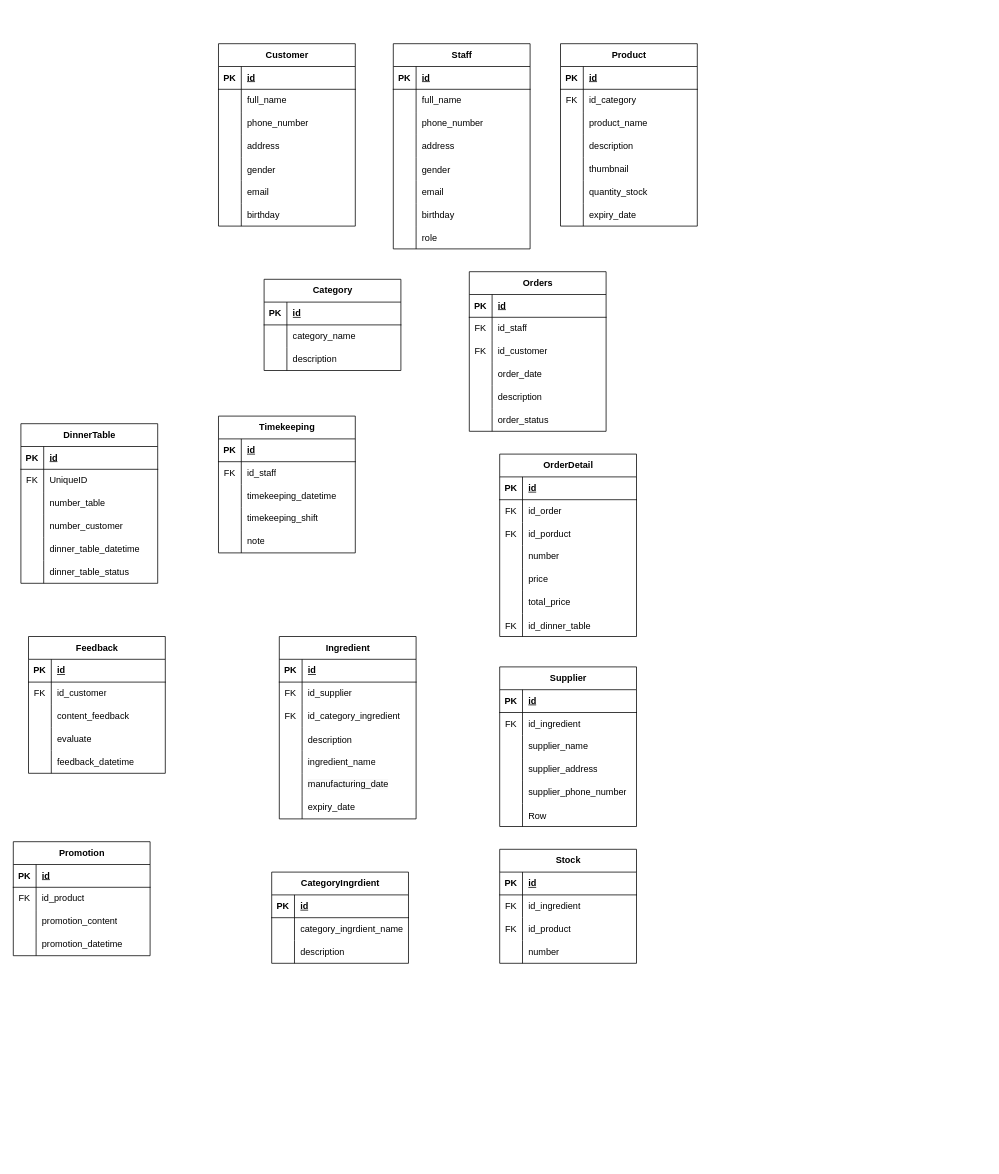
Anhcoder2005/shopcoffee keeps this draw.io diagram as ShopCoffee.drawio. Above is the earlier version. Source tidied: cells renumbered, new cells numbered last; positions are measured from the earlier drawing's top-left corner, leaving out a move shared by most shapes. Both pictures are drawn from the tidied source at 76%, with x=0, y=0 at pixel (13, 43).
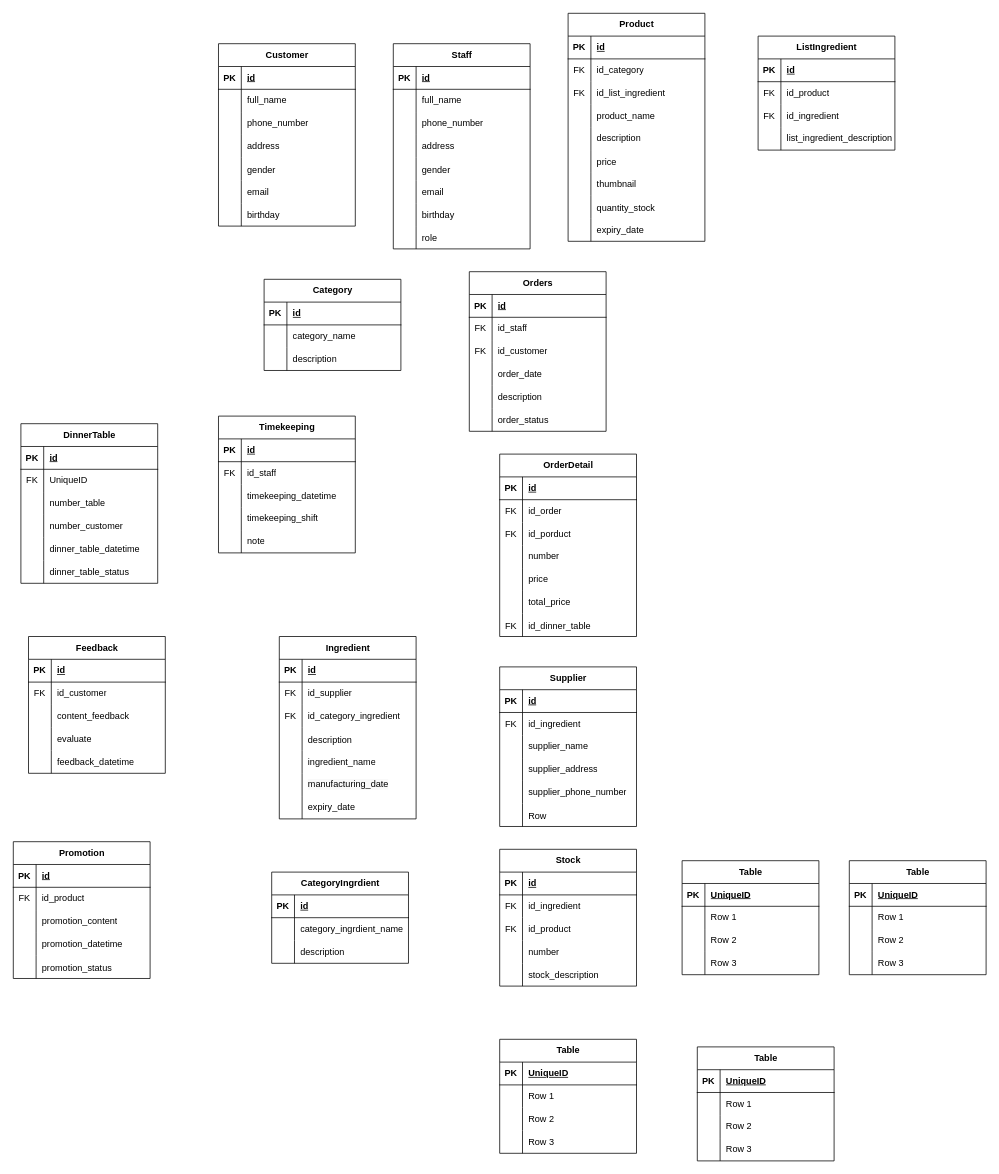
Above is the later version.

What changed in the source:
```diff
@@
     <mxCell id="49" value="Product" style="shape=table;startSize=30;childLayout=tableLayout;rowLines=0;fontStyle=1;align=center;html=1;" parent="1" vertex="1">
-      <mxGeometry x="720" width="180" height="240" as="geometry" />
+      <mxGeometry x="730" y="-40" width="180" height="300" as="geometry" />
     </mxCell>
@@
+    <mxCell id="250" style="shape=tableRow;horizontal=0;startSize=0;swimlaneHead=0;swimlaneBody=0;fillColor=none;top=0;left=0;right=0;bottom=0;" parent="49" vertex="1">
+      <mxGeometry y="90" width="180" height="30" as="geometry" />
+    </mxCell>
+    <mxCell id="251" value="FK" style="shape=partialRectangle;fillColor=none;top=0;left=0;bottom=0;right=0;fontStyle=0;overflow=hidden;whiteSpace=wrap;html=1;" parent="250" vertex="1">
+      <mxGeometry width="30" height="30" as="geometry" />
+    </mxCell>
+    <mxCell id="252" value="id_list_ingredient" style="shape=partialRectangle;fillColor=none;top=0;left=0;bottom=0;right=0;align=left;spacingLeft=6;fontStyle=0;overflow=hidden;whiteSpace=wrap;html=1;" parent="250" vertex="1">
+      <mxGeometry x="30" width="150" height="30" as="geometry" />
+    </mxCell>
     <mxCell id="56" style="shape=tableRow;horizontal=0;startSize=0;swimlaneHead=0;swimlaneBody=0;fillColor=none;top=0;left=0;right=0;bottom=0;" parent="49" vertex="1">
-      <mxGeometry y="90" width="180" height="30" as="geometry" />
+      <mxGeometry y="120" width="180" height="30" as="geometry" />
     </mxCell>
@@
     <mxCell id="59" style="shape=tableRow;horizontal=0;startSize=0;swimlaneHead=0;swimlaneBody=0;fillColor=none;top=0;left=0;right=0;bottom=0;" parent="49" vertex="1">
-      <mxGeometry y="120" width="180" height="30" as="geometry" />
+      <mxGeometry y="150" width="180" height="30" as="geometry" />
     </mxCell>
@@
+    <mxCell id="253" style="shape=tableRow;horizontal=0;startSize=0;swimlaneHead=0;swimlaneBody=0;fillColor=none;top=0;left=0;right=0;bottom=0;" parent="49" vertex="1">
+      <mxGeometry y="180" width="180" height="30" as="geometry" />
+    </mxCell>
+    <mxCell id="254" style="shape=partialRectangle;fillColor=none;top=0;left=0;bottom=0;right=0;overflow=hidden;" parent="253" vertex="1">
+      <mxGeometry width="30" height="30" as="geometry" />
+    </mxCell>
+    <mxCell id="255" value="price" style="shape=partialRectangle;fillColor=none;top=0;left=0;bottom=0;right=0;align=left;spacingLeft=6;overflow=hidden;" parent="253" vertex="1">
+      <mxGeometry x="30" width="150" height="30" as="geometry" />
+    </mxCell>
     <mxCell id="62" style="shape=tableRow;horizontal=0;startSize=0;swimlaneHead=0;swimlaneBody=0;fillColor=none;top=0;left=0;right=0;bottom=0;" parent="49" vertex="1">
-      <mxGeometry y="150" width="180" height="30" as="geometry" />
+      <mxGeometry y="210" width="180" height="30" as="geometry" />
     </mxCell>
@@
     <mxCell id="65" style="shape=tableRow;horizontal=0;startSize=0;swimlaneHead=0;swimlaneBody=0;fillColor=none;top=0;left=0;right=0;bottom=0;" parent="49" vertex="1">
-      <mxGeometry y="180" width="180" height="30" as="geometry" />
+      <mxGeometry y="240" width="180" height="30" as="geometry" />
     </mxCell>
@@
     <mxCell id="68" style="shape=tableRow;horizontal=0;startSize=0;swimlaneHead=0;swimlaneBody=0;fillColor=none;top=0;left=0;right=0;bottom=0;" parent="49" vertex="1">
-      <mxGeometry y="210" width="180" height="30" as="geometry" />
+      <mxGeometry y="270" width="180" height="30" as="geometry" />
     </mxCell>
@@
     <mxCell id="173" value="Stock" style="shape=table;startSize=30;childLayout=tableLayout;rowLines=0;fontStyle=1;align=center;html=1;" parent="1" vertex="1">
-      <mxGeometry x="640" y="1060" width="180" height="150" as="geometry" />
+      <mxGeometry x="640" y="1060" width="180" height="180" as="geometry" />
     </mxCell>
@@
+    <mxCell id="256" style="shape=tableRow;horizontal=0;startSize=0;swimlaneHead=0;swimlaneBody=0;fillColor=none;top=0;left=0;right=0;bottom=0;" parent="173" vertex="1">
+      <mxGeometry y="150" width="180" height="30" as="geometry" />
+    </mxCell>
+    <mxCell id="257" style="shape=partialRectangle;fillColor=none;top=0;left=0;bottom=0;right=0;overflow=hidden;" parent="256" vertex="1">
+      <mxGeometry width="30" height="30" as="geometry" />
+    </mxCell>
+    <mxCell id="258" value="stock_description" style="shape=partialRectangle;fillColor=none;top=0;left=0;bottom=0;right=0;align=left;spacingLeft=6;overflow=hidden;" parent="256" vertex="1">
+      <mxGeometry x="30" width="150" height="30" as="geometry" />
+    </mxCell>
@@
     <mxCell id="237" value="Promotion" style="shape=table;startSize=30;childLayout=tableLayout;rowLines=0;fontStyle=1;align=center;html=1;" parent="1" vertex="1">
-      <mxGeometry y="1050" width="180" height="150" as="geometry" />
+      <mxGeometry y="1050" width="180" height="180" as="geometry" />
     </mxCell>
@@
+    <mxCell id="259" style="shape=tableRow;horizontal=0;startSize=0;swimlaneHead=0;swimlaneBody=0;fillColor=none;top=0;left=0;right=0;bottom=0;" parent="237" vertex="1">
+      <mxGeometry y="150" width="180" height="30" as="geometry" />
+    </mxCell>
+    <mxCell id="260" style="shape=partialRectangle;fillColor=none;top=0;left=0;bottom=0;right=0;overflow=hidden;" parent="259" vertex="1">
+      <mxGeometry width="30" height="30" as="geometry" />
+    </mxCell>
+    <mxCell id="261" value="promotion_status" style="shape=partialRectangle;fillColor=none;top=0;left=0;bottom=0;right=0;align=left;spacingLeft=6;overflow=hidden;" parent="259" vertex="1">
+      <mxGeometry x="30" width="150" height="30" as="geometry" />
+    </mxCell>
+    <mxCell id="262" value="Table" style="shape=table;startSize=30;childLayout=tableLayout;rowLines=0;fontStyle=1;align=center;html=1;" parent="1" vertex="1">
+      <mxGeometry x="880" y="1075" width="180" height="150" as="geometry" />
+    </mxCell>
+    <mxCell id="263" style="shape=tableRow;horizontal=0;startSize=0;swimlaneHead=0;swimlaneBody=0;fillColor=none;top=0;left=0;right=0;bottom=1;" parent="262" vertex="1">
+      <mxGeometry y="30" width="180" height="30" as="geometry" />
+    </mxCell>
+    <mxCell id="264" value="PK" style="shape=partialRectangle;fillColor=none;top=0;left=0;bottom=0;right=0;fontStyle=1;overflow=hidden;whiteSpace=wrap;html=1;" parent="263" vertex="1">
+      <mxGeometry width="30" height="30" as="geometry" />
+    </mxCell>
+    <mxCell id="265" value="UniqueID" style="shape=partialRectangle;fillColor=none;top=0;left=0;bottom=0;right=0;align=left;spacingLeft=6;fontStyle=5;overflow=hidden;whiteSpace=wrap;html=1;" parent="263" vertex="1">
+      <mxGeometry x="30" width="150" height="30" as="geometry" />
+    </mxCell>
+    <mxCell id="266" style="shape=tableRow;horizontal=0;startSize=0;swimlaneHead=0;swimlaneBody=0;fillColor=none;top=0;left=0;right=0;bottom=0;" parent="262" vertex="1">
+      <mxGeometry y="60" width="180" height="30" as="geometry" />
+    </mxCell>
+    <mxCell id="267" style="shape=partialRectangle;fillColor=none;top=0;left=0;bottom=0;right=0;overflow=hidden;whiteSpace=wrap;html=1;" parent="266" vertex="1">
+      <mxGeometry width="30" height="30" as="geometry" />
+    </mxCell>
+    <mxCell id="268" value="Row 1" style="shape=partialRectangle;fillColor=none;top=0;left=0;bottom=0;right=0;align=left;spacingLeft=6;overflow=hidden;whiteSpace=wrap;html=1;" parent="266" vertex="1">
+      <mxGeometry x="30" width="150" height="30" as="geometry" />
+    </mxCell>
+    <mxCell id="269" style="shape=tableRow;horizontal=0;startSize=0;swimlaneHead=0;swimlaneBody=0;fillColor=none;top=0;left=0;right=0;bottom=0;" parent="262" vertex="1">
+      <mxGeometry y="90" width="180" height="30" as="geometry" />
+    </mxCell>
+    <mxCell id="270" style="shape=partialRectangle;fillColor=none;top=0;left=0;bottom=0;right=0;overflow=hidden;whiteSpace=wrap;html=1;" parent="269" vertex="1">
+      <mxGeometry width="30" height="30" as="geometry" />
+    </mxCell>
+    <mxCell id="271" value="Row 2" style="shape=partialRectangle;fillColor=none;top=0;left=0;bottom=0;right=0;align=left;spacingLeft=6;overflow=hidden;whiteSpace=wrap;html=1;" parent="269" vertex="1">
+      <mxGeometry x="30" width="150" height="30" as="geometry" />
+    </mxCell>
+    <mxCell id="272" style="shape=tableRow;horizontal=0;startSize=0;swimlaneHead=0;swimlaneBody=0;fillColor=none;top=0;left=0;right=0;bottom=0;" parent="262" vertex="1">
+      <mxGeometry y="120" width="180" height="30" as="geometry" />
+    </mxCell>
+    <mxCell id="273" style="shape=partialRectangle;fillColor=none;top=0;left=0;bottom=0;right=0;overflow=hidden;whiteSpace=wrap;html=1;" parent="272" vertex="1">
+      <mxGeometry width="30" height="30" as="geometry" />
+    </mxCell>
+    <mxCell id="274" value="Row 3" style="shape=partialRectangle;fillColor=none;top=0;left=0;bottom=0;right=0;align=left;spacingLeft=6;overflow=hidden;whiteSpace=wrap;html=1;" parent="272" vertex="1">
+      <mxGeometry x="30" width="150" height="30" as="geometry" />
+    </mxCell>
+    <mxCell id="275" value="Table" style="shape=table;startSize=30;childLayout=tableLayout;rowLines=0;fontStyle=1;align=center;html=1;" parent="1" vertex="1">
+      <mxGeometry x="640" y="1310" width="180" height="150" as="geometry" />
+    </mxCell>
+    <mxCell id="276" style="shape=tableRow;horizontal=0;startSize=0;swimlaneHead=0;swimlaneBody=0;fillColor=none;top=0;left=0;right=0;bottom=1;" parent="275" vertex="1">
+      <mxGeometry y="30" width="180" height="30" as="geometry" />
+    </mxCell>
+    <mxCell id="277" value="PK" style="shape=partialRectangle;fillColor=none;top=0;left=0;bottom=0;right=0;fontStyle=1;overflow=hidden;whiteSpace=wrap;html=1;" parent="276" vertex="1">
+      <mxGeometry width="30" height="30" as="geometry" />
+    </mxCell>
+    <mxCell id="278" value="UniqueID" style="shape=partialRectangle;fillColor=none;top=0;left=0;bottom=0;right=0;align=left;spacingLeft=6;fontStyle=5;overflow=hidden;whiteSpace=wrap;html=1;" parent="276" vertex="1">
+      <mxGeometry x="30" width="150" height="30" as="geometry" />
+    </mxCell>
+    <mxCell id="279" style="shape=tableRow;horizontal=0;startSize=0;swimlaneHead=0;swimlaneBody=0;fillColor=none;top=0;left=0;right=0;bottom=0;" parent="275" vertex="1">
+      <mxGeometry y="60" width="180" height="30" as="geometry" />
+    </mxCell>
+    <mxCell id="280" style="shape=partialRectangle;fillColor=none;top=0;left=0;bottom=0;right=0;overflow=hidden;whiteSpace=wrap;html=1;" parent="279" vertex="1">
+      <mxGeometry width="30" height="30" as="geometry" />
+    </mxCell>
+    <mxCell id="281" value="Row 1" style="shape=partialRectangle;fillColor=none;top=0;left=0;bottom=0;right=0;align=left;spacingLeft=6;overflow=hidden;whiteSpace=wrap;html=1;" parent="279" vertex="1">
+      <mxGeometry x="30" width="150" height="30" as="geometry" />
+    </mxCell>
+    <mxCell id="282" style="shape=tableRow;horizontal=0;startSize=0;swimlaneHead=0;swimlaneBody=0;fillColor=none;top=0;left=0;right=0;bottom=0;" parent="275" vertex="1">
+      <mxGeometry y="90" width="180" height="30" as="geometry" />
+    </mxCell>
+    <mxCell id="283" style="shape=partialRectangle;fillColor=none;top=0;left=0;bottom=0;right=0;overflow=hidden;whiteSpace=wrap;html=1;" parent="282" vertex="1">
+      <mxGeometry width="30" height="30" as="geometry" />
+    </mxCell>
+    <mxCell id="284" value="Row 2" style="shape=partialRectangle;fillColor=none;top=0;left=0;bottom=0;right=0;align=left;spacingLeft=6;overflow=hidden;whiteSpace=wrap;html=1;" parent="282" vertex="1">
+      <mxGeometry x="30" width="150" height="30" as="geometry" />
+    </mxCell>
+    <mxCell id="285" style="shape=tableRow;horizontal=0;startSize=0;swimlaneHead=0;swimlaneBody=0;fillColor=none;top=0;left=0;right=0;bottom=0;" parent="275" vertex="1">
+      <mxGeometry y="120" width="180" height="30" as="geometry" />
+    </mxCell>
+    <mxCell id="286" style="shape=partialRectangle;fillColor=none;top=0;left=0;bottom=0;right=0;overflow=hidden;whiteSpace=wrap;html=1;" parent="285" vertex="1">
+      <mxGeometry width="30" height="30" as="geometry" />
+    </mxCell>
+    <mxCell id="287" value="Row 3" style="shape=partialRectangle;fillColor=none;top=0;left=0;bottom=0;right=0;align=left;spacingLeft=6;overflow=hidden;whiteSpace=wrap;html=1;" parent="285" vertex="1">
+      <mxGeometry x="30" width="150" height="30" as="geometry" />
+    </mxCell>
+    <mxCell id="288" value="Table" style="shape=table;startSize=30;childLayout=tableLayout;rowLines=0;fontStyle=1;align=center;html=1;" parent="1" vertex="1">
+      <mxGeometry x="1100" y="1075" width="180" height="150" as="geometry" />
+    </mxCell>
+    <mxCell id="289" style="shape=tableRow;horizontal=0;startSize=0;swimlaneHead=0;swimlaneBody=0;fillColor=none;top=0;left=0;right=0;bottom=1;" parent="288" vertex="1">
+      <mxGeometry y="30" width="180" height="30" as="geometry" />
+    </mxCell>
+    <mxCell id="290" value="PK" style="shape=partialRectangle;fillColor=none;top=0;left=0;bottom=0;right=0;fontStyle=1;overflow=hidden;whiteSpace=wrap;html=1;" parent="289" vertex="1">
+      <mxGeometry width="30" height="30" as="geometry" />
+    </mxCell>
+    <mxCell id="291" value="UniqueID" style="shape=partialRectangle;fillColor=none;top=0;left=0;bottom=0;right=0;align=left;spacingLeft=6;fontStyle=5;overflow=hidden;whiteSpace=wrap;html=1;" parent="289" vertex="1">
+      <mxGeometry x="30" width="150" height="30" as="geometry" />
+    </mxCell>
+    <mxCell id="292" style="shape=tableRow;horizontal=0;startSize=0;swimlaneHead=0;swimlaneBody=0;fillColor=none;top=0;left=0;right=0;bottom=0;" parent="288" vertex="1">
+      <mxGeometry y="60" width="180" height="30" as="geometry" />
+    </mxCell>
+    <mxCell id="293" style="shape=partialRectangle;fillColor=none;top=0;left=0;bottom=0;right=0;overflow=hidden;whiteSpace=wrap;html=1;" parent="292" vertex="1">
+      <mxGeometry width="30" height="30" as="geometry" />
+    </mxCell>
+    <mxCell id="294" value="Row 1" style="shape=partialRectangle;fillColor=none;top=0;left=0;bottom=0;right=0;align=left;spacingLeft=6;overflow=hidden;whiteSpace=wrap;html=1;" parent="292" vertex="1">
+      <mxGeometry x="30" width="150" height="30" as="geometry" />
+    </mxCell>
+    <mxCell id="295" style="shape=tableRow;horizontal=0;startSize=0;swimlaneHead=0;swimlaneBody=0;fillColor=none;top=0;left=0;right=0;bottom=0;" parent="288" vertex="1">
+      <mxGeometry y="90" width="180" height="30" as="geometry" />
+    </mxCell>
+    <mxCell id="296" style="shape=partialRectangle;fillColor=none;top=0;left=0;bottom=0;right=0;overflow=hidden;whiteSpace=wrap;html=1;" parent="295" vertex="1">
+      <mxGeometry width="30" height="30" as="geometry" />
+    </mxCell>
+    <mxCell id="297" value="Row 2" style="shape=partialRectangle;fillColor=none;top=0;left=0;bottom=0;right=0;align=left;spacingLeft=6;overflow=hidden;whiteSpace=wrap;html=1;" parent="295" vertex="1">
+      <mxGeometry x="30" width="150" height="30" as="geometry" />
+    </mxCell>
+    <mxCell id="298" style="shape=tableRow;horizontal=0;startSize=0;swimlaneHead=0;swimlaneBody=0;fillColor=none;top=0;left=0;right=0;bottom=0;" parent="288" vertex="1">
+      <mxGeometry y="120" width="180" height="30" as="geometry" />
+    </mxCell>
+    <mxCell id="299" style="shape=partialRectangle;fillColor=none;top=0;left=0;bottom=0;right=0;overflow=hidden;whiteSpace=wrap;html=1;" parent="298" vertex="1">
+      <mxGeometry width="30" height="30" as="geometry" />
+    </mxCell>
+    <mxCell id="300" value="Row 3" style="shape=partialRectangle;fillColor=none;top=0;left=0;bottom=0;right=0;align=left;spacingLeft=6;overflow=hidden;whiteSpace=wrap;html=1;" parent="298" vertex="1">
+      <mxGeometry x="30" width="150" height="30" as="geometry" />
+    </mxCell>
+    <mxCell id="301" value="Table" style="shape=table;startSize=30;childLayout=tableLayout;rowLines=0;fontStyle=1;align=center;html=1;" parent="1" vertex="1">
+      <mxGeometry x="900" y="1320" width="180" height="150" as="geometry" />
+    </mxCell>
+    <mxCell id="302" style="shape=tableRow;horizontal=0;startSize=0;swimlaneHead=0;swimlaneBody=0;fillColor=none;top=0;left=0;right=0;bottom=1;" parent="301" vertex="1">
+      <mxGeometry y="30" width="180" height="30" as="geometry" />
+    </mxCell>
+    <mxCell id="303" value="PK" style="shape=partialRectangle;fillColor=none;top=0;left=0;bottom=0;right=0;fontStyle=1;overflow=hidden;whiteSpace=wrap;html=1;" parent="302" vertex="1">
+      <mxGeometry width="30" height="30" as="geometry" />
+    </mxCell>
+    <mxCell id="304" value="UniqueID" style="shape=partialRectangle;fillColor=none;top=0;left=0;bottom=0;right=0;align=left;spacingLeft=6;fontStyle=5;overflow=hidden;whiteSpace=wrap;html=1;" parent="302" vertex="1">
+      <mxGeometry x="30" width="150" height="30" as="geometry" />
+    </mxCell>
+    <mxCell id="305" style="shape=tableRow;horizontal=0;startSize=0;swimlaneHead=0;swimlaneBody=0;fillColor=none;top=0;left=0;right=0;bottom=0;" parent="301" vertex="1">
+      <mxGeometry y="60" width="180" height="30" as="geometry" />
+    </mxCell>
+    <mxCell id="306" style="shape=partialRectangle;fillColor=none;top=0;left=0;bottom=0;right=0;overflow=hidden;whiteSpace=wrap;html=1;" parent="305" vertex="1">
+      <mxGeometry width="30" height="30" as="geometry" />
+    </mxCell>
+    <mxCell id="307" value="Row 1" style="shape=partialRectangle;fillColor=none;top=0;left=0;bottom=0;right=0;align=left;spacingLeft=6;overflow=hidden;whiteSpace=wrap;html=1;" parent="305" vertex="1">
+      <mxGeometry x="30" width="150" height="30" as="geometry" />
+    </mxCell>
+    <mxCell id="308" style="shape=tableRow;horizontal=0;startSize=0;swimlaneHead=0;swimlaneBody=0;fillColor=none;top=0;left=0;right=0;bottom=0;" parent="301" vertex="1">
+      <mxGeometry y="90" width="180" height="30" as="geometry" />
+    </mxCell>
+    <mxCell id="309" style="shape=partialRectangle;fillColor=none;top=0;left=0;bottom=0;right=0;overflow=hidden;whiteSpace=wrap;html=1;" parent="308" vertex="1">
+      <mxGeometry width="30" height="30" as="geometry" />
+    </mxCell>
+    <mxCell id="310" value="Row 2" style="shape=partialRectangle;fillColor=none;top=0;left=0;bottom=0;right=0;align=left;spacingLeft=6;overflow=hidden;whiteSpace=wrap;html=1;" parent="308" vertex="1">
+      <mxGeometry x="30" width="150" height="30" as="geometry" />
+    </mxCell>
+    <mxCell id="311" style="shape=tableRow;horizontal=0;startSize=0;swimlaneHead=0;swimlaneBody=0;fillColor=none;top=0;left=0;right=0;bottom=0;" parent="301" vertex="1">
+      <mxGeometry y="120" width="180" height="30" as="geometry" />
+    </mxCell>
+    <mxCell id="312" style="shape=partialRectangle;fillColor=none;top=0;left=0;bottom=0;right=0;overflow=hidden;whiteSpace=wrap;html=1;" parent="311" vertex="1">
+      <mxGeometry width="30" height="30" as="geometry" />
+    </mxCell>
+    <mxCell id="313" value="Row 3" style="shape=partialRectangle;fillColor=none;top=0;left=0;bottom=0;right=0;align=left;spacingLeft=6;overflow=hidden;whiteSpace=wrap;html=1;" parent="311" vertex="1">
+      <mxGeometry x="30" width="150" height="30" as="geometry" />
+    </mxCell>
+    <mxCell id="314" value="ListIngredient" style="shape=table;startSize=30;childLayout=tableLayout;rowLines=0;fontStyle=1;align=center;html=1;" parent="1" vertex="1">
+      <mxGeometry x="980" y="-10" width="180" height="150" as="geometry" />
+    </mxCell>
+    <mxCell id="315" style="shape=tableRow;horizontal=0;startSize=0;swimlaneHead=0;swimlaneBody=0;fillColor=none;top=0;left=0;right=0;bottom=1;" parent="314" vertex="1">
+      <mxGeometry y="30" width="180" height="30" as="geometry" />
+    </mxCell>
+    <mxCell id="316" value="PK" style="shape=partialRectangle;fillColor=none;top=0;left=0;bottom=0;right=0;fontStyle=1;overflow=hidden;whiteSpace=wrap;html=1;" parent="315" vertex="1">
+      <mxGeometry width="30" height="30" as="geometry" />
+    </mxCell>
+    <mxCell id="317" value="id" style="shape=partialRectangle;fillColor=none;top=0;left=0;bottom=0;right=0;align=left;spacingLeft=6;fontStyle=5;overflow=hidden;whiteSpace=wrap;html=1;" parent="315" vertex="1">
+      <mxGeometry x="30" width="150" height="30" as="geometry" />
+    </mxCell>
+    <mxCell id="318" style="shape=tableRow;horizontal=0;startSize=0;swimlaneHead=0;swimlaneBody=0;fillColor=none;top=0;left=0;right=0;bottom=0;" parent="314" vertex="1">
+      <mxGeometry y="60" width="180" height="30" as="geometry" />
+    </mxCell>
+    <mxCell id="319" value="FK" style="shape=partialRectangle;fillColor=none;top=0;left=0;bottom=0;right=0;fontStyle=0;overflow=hidden;whiteSpace=wrap;html=1;" parent="318" vertex="1">
+      <mxGeometry width="30" height="30" as="geometry" />
+    </mxCell>
+    <mxCell id="320" value="id_product" style="shape=partialRectangle;fillColor=none;top=0;left=0;bottom=0;right=0;align=left;spacingLeft=6;fontStyle=0;overflow=hidden;whiteSpace=wrap;html=1;" parent="318" vertex="1">
+      <mxGeometry x="30" width="150" height="30" as="geometry" />
+    </mxCell>
+    <mxCell id="321" style="shape=tableRow;horizontal=0;startSize=0;swimlaneHead=0;swimlaneBody=0;fillColor=none;top=0;left=0;right=0;bottom=0;" parent="314" vertex="1">
+      <mxGeometry y="90" width="180" height="30" as="geometry" />
+    </mxCell>
+    <mxCell id="322" value="FK" style="shape=partialRectangle;fillColor=none;top=0;left=0;bottom=0;right=0;fontStyle=0;overflow=hidden;whiteSpace=wrap;html=1;" parent="321" vertex="1">
+      <mxGeometry width="30" height="30" as="geometry" />
+    </mxCell>
+    <mxCell id="323" value="id_ingredient" style="shape=partialRectangle;fillColor=none;top=0;left=0;bottom=0;right=0;align=left;spacingLeft=6;fontStyle=0;overflow=hidden;whiteSpace=wrap;html=1;" parent="321" vertex="1">
+      <mxGeometry x="30" width="150" height="30" as="geometry" />
+    </mxCell>
+    <mxCell id="324" style="shape=tableRow;horizontal=0;startSize=0;swimlaneHead=0;swimlaneBody=0;fillColor=none;top=0;left=0;right=0;bottom=0;" parent="314" vertex="1">
+      <mxGeometry y="120" width="180" height="30" as="geometry" />
+    </mxCell>
+    <mxCell id="325" style="shape=partialRectangle;fillColor=none;top=0;left=0;bottom=0;right=0;overflow=hidden;whiteSpace=wrap;html=1;" parent="324" vertex="1">
+      <mxGeometry width="30" height="30" as="geometry" />
+    </mxCell>
+    <mxCell id="326" value="list_ingredient_description" style="shape=partialRectangle;fillColor=none;top=0;left=0;bottom=0;right=0;align=left;spacingLeft=6;overflow=hidden;whiteSpace=wrap;html=1;" parent="324" vertex="1">
+      <mxGeometry x="30" width="150" height="30" as="geometry" />
+    </mxCell>
```
